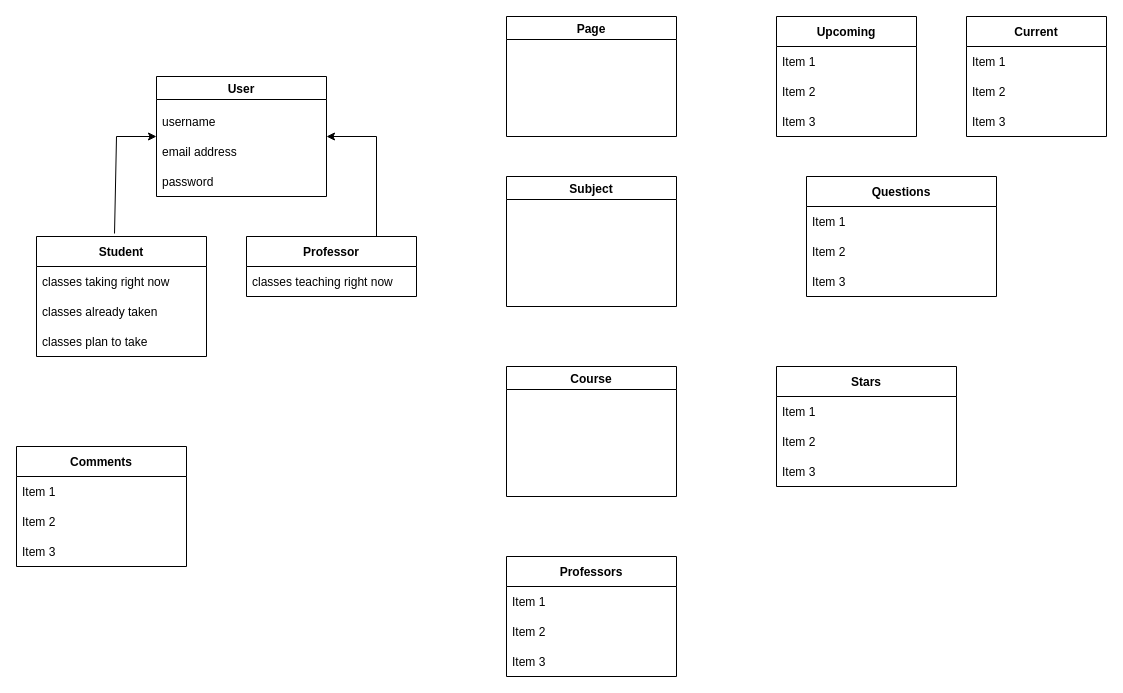
Before: Domain Model.drawio in I-Dont-Want-An-F/Project, a draw.io diagram. Source tidied: cells renumbered, new cells numbered last; positions are measured from the earlier drawing's top-left corner, leaving out a move shared by most shapes. Both pictures are drawn from the tidied source at 100%, with x=0, y=0 at pixel (16, 16).
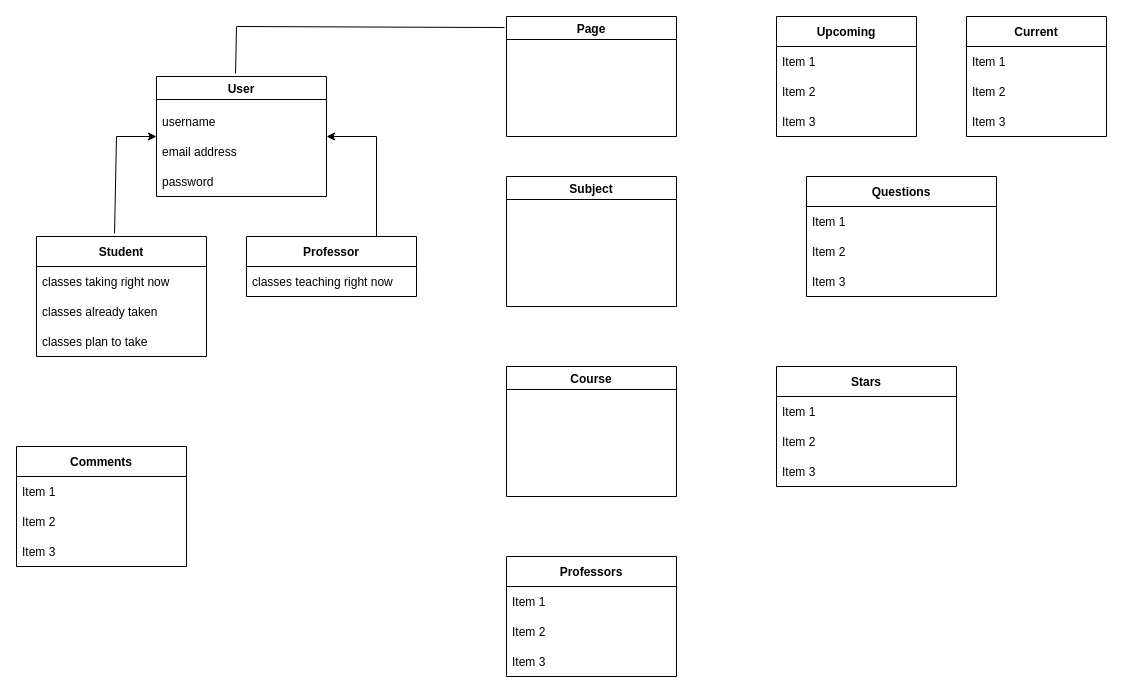
Above is the later version.

The change refers to these unchanged cells:
```xml
<mxCell id="2" value="User" style="swimlane;" parent="1" vertex="1">
  <mxGeometry x="140" y="60" width="170" height="120" as="geometry" />
</mxCell>
<mxCell id="12" value="Page" style="swimlane;" parent="1" vertex="1">
  <mxGeometry x="490" width="170" height="120" as="geometry" />
</mxCell>
```

What changed in the source:
```diff
@@
+    <mxCell id="41" style="endArrow=none;html=1;rounded=0;entryX=-0.012;entryY=0.092;entryDx=0;entryDy=0;entryPerimeter=0;exitX=0.465;exitY=-0.025;exitDx=0;exitDy=0;exitPerimeter=0;" parent="1" edge="1" source="2" target="12">
+      <mxGeometry relative="1" as="geometry">
+        <Array as="points">
+          <mxPoint x="220" y="10" />
+        </Array>
+      </mxGeometry>
+    </mxCell>
```
